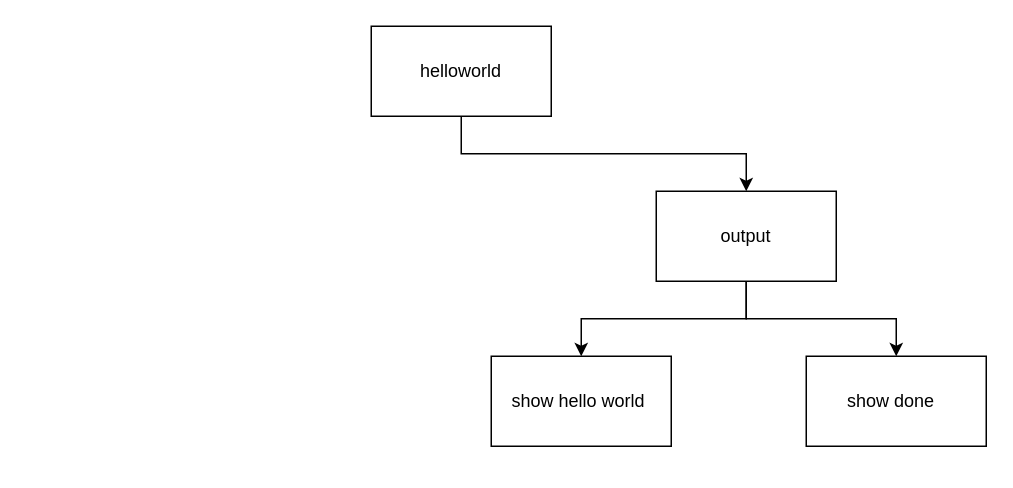
This is topdown.drawio from devin-jhu/ics4u-unit1-02-typescript, a draw.io file, before an edit. Source tidied: cells renumbered, new cells numbered last; positions are measured from the earlier drawing's top-left corner, leaving out a move shared by most shapes. Both pictures are drawn from the tidied source at 150%, with x=0, y=0 at pixel (370, 26).
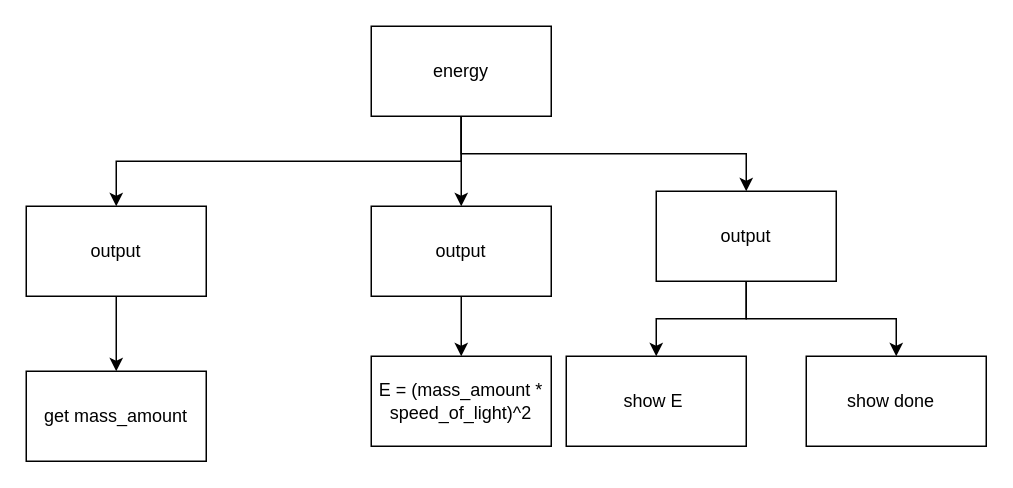
The same diagram, later.

What changed in the source:
```diff
@@
 <mxGraphModel>
   <root>
     <mxCell id="0" />
     <mxCell id="1" parent="0" />
     <mxCell id="2" style="edgeStyle=orthogonalEdgeStyle;html=1;exitX=0.5;exitY=1;exitDx=0;exitDy=0;entryX=0.5;entryY=0;entryDx=0;entryDy=0;rounded=0;" parent="1" edge="1" source="3" target="6">
       <mxGeometry relative="1" as="geometry" />
     </mxCell>
+    <mxCell id="9" style="edgeStyle=orthogonalEdgeStyle;shape=connector;rounded=0;html=1;exitX=0.5;exitY=1;exitDx=0;exitDy=0;entryX=0.5;entryY=0;entryDx=0;entryDy=0;labelBackgroundColor=default;fontFamily=Helvetica;fontSize=11;fontColor=default;endArrow=classic;strokeColor=default;" parent="1" edge="1" source="3" target="12">
+      <mxGeometry relative="1" as="geometry" />
+    </mxCell>
+    <mxCell id="10" style="edgeStyle=orthogonalEdgeStyle;shape=connector;rounded=0;html=1;exitX=0.5;exitY=1;exitDx=0;exitDy=0;entryX=0.5;entryY=0;entryDx=0;entryDy=0;labelBackgroundColor=default;fontFamily=Helvetica;fontSize=11;fontColor=default;endArrow=classic;strokeColor=default;" parent="1" edge="1" source="3" target="14">
+      <mxGeometry relative="1" as="geometry" />
+    </mxCell>
-    <mxCell id="3" value="helloworld" style="rounded=0;whiteSpace=wrap;html=1;" parent="1" vertex="1">
+    <mxCell id="3" value="energy" style="rounded=0;whiteSpace=wrap;html=1;" parent="1" vertex="1">
       <mxGeometry width="120" height="60" as="geometry" />
     </mxCell>
     <mxCell id="4" style="edgeStyle=orthogonalEdgeStyle;rounded=0;html=1;exitX=0.5;exitY=1;exitDx=0;exitDy=0;entryX=0.5;entryY=0;entryDx=0;entryDy=0;" parent="1" edge="1" source="6" target="7">
       <mxGeometry relative="1" as="geometry" />
     </mxCell>
     <mxCell id="5" style="edgeStyle=orthogonalEdgeStyle;rounded=0;html=1;exitX=0.5;exitY=1;exitDx=0;exitDy=0;entryX=0.5;entryY=0;entryDx=0;entryDy=0;" parent="1" edge="1" source="6" target="8">
       <mxGeometry relative="1" as="geometry" />
     </mxCell>
     <mxCell id="6" value="output" style="rounded=0;whiteSpace=wrap;html=1;" parent="1" vertex="1">
       <mxGeometry x="190" y="110" width="120" height="60" as="geometry" />
     </mxCell>
-    <mxCell id="7" value="show hello world&amp;nbsp;" style="rounded=0;whiteSpace=wrap;html=1;" parent="1" vertex="1">
-      <mxGeometry x="80" y="220" width="120" height="60" as="geometry" />
+    <mxCell id="7" value="show E&amp;nbsp;" style="rounded=0;whiteSpace=wrap;html=1;" parent="1" vertex="1">
+      <mxGeometry x="130" y="220" width="120" height="60" as="geometry" />
     </mxCell>
     <mxCell id="8" value="show done&amp;nbsp;&amp;nbsp;" style="rounded=0;whiteSpace=wrap;html=1;" parent="1" vertex="1">
       <mxGeometry x="290" y="220" width="120" height="60" as="geometry" />
     </mxCell>
+    <mxCell id="11" style="edgeStyle=orthogonalEdgeStyle;shape=connector;rounded=0;html=1;exitX=0.5;exitY=1;exitDx=0;exitDy=0;labelBackgroundColor=default;fontFamily=Helvetica;fontSize=11;fontColor=default;endArrow=classic;strokeColor=default;" parent="1" edge="1" source="12" target="15">
+      <mxGeometry relative="1" as="geometry" />
+    </mxCell>
+    <mxCell id="12" value="output" style="rounded=0;whiteSpace=wrap;html=1;" parent="1" vertex="1">
+      <mxGeometry y="120" width="120" height="60" as="geometry" />
+    </mxCell>
+    <mxCell id="13" style="edgeStyle=orthogonalEdgeStyle;shape=connector;rounded=0;html=1;exitX=0.5;exitY=1;exitDx=0;exitDy=0;labelBackgroundColor=default;fontFamily=Helvetica;fontSize=11;fontColor=default;endArrow=classic;strokeColor=default;" parent="1" edge="1" source="14" target="16">
+      <mxGeometry relative="1" as="geometry" />
+    </mxCell>
+    <mxCell id="14" value="output" style="rounded=0;whiteSpace=wrap;html=1;" parent="1" vertex="1">
+      <mxGeometry x="-230" y="120" width="120" height="60" as="geometry" />
+    </mxCell>
+    <mxCell id="15" value="E = (mass_amount * speed_of_light)^2" style="rounded=0;whiteSpace=wrap;html=1;" parent="1" vertex="1">
+      <mxGeometry y="220" width="120" height="60" as="geometry" />
+    </mxCell>
+    <mxCell id="16" value="get mass_amount" style="rounded=0;whiteSpace=wrap;html=1;" parent="1" vertex="1">
+      <mxGeometry x="-230" y="230" width="120" height="60" as="geometry" />
+    </mxCell>
   </root>
 </mxGraphModel>
```
